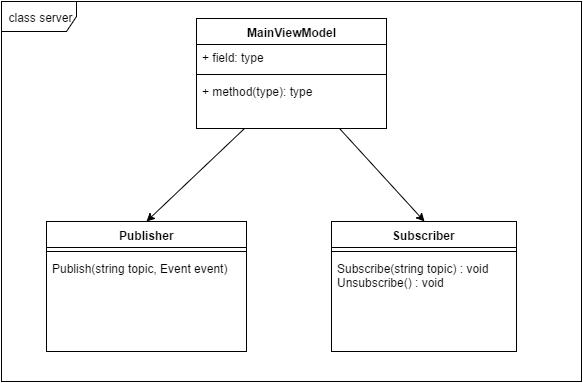
Before: Report/figure/server_class.png, a diagram exported from draw.io (Rotvig/Architecture-and-Design-of-Distributed-Dependable-Systems-TI-ARDI). Source tidied: cells renumbered, new cells last; positions are measured from the earlier drawing's top-left corner, leaving out a move shared by most shapes. Its diagram source:
```xml
<mxGraphModel background="#ffffff">
  <root>
    <mxCell id="0" />
    <mxCell id="1" parent="0" />
    <mxCell id="2" style="rounded=0;html=1;exitX=0.25;exitY=1;entryX=0.5;entryY=0;jettySize=auto;" parent="1" edge="1" source="4" target="11">
      <mxGeometry relative="1" as="geometry" />
    </mxCell>
    <mxCell id="3" style="rounded=0;html=1;exitX=0.75;exitY=1;entryX=0.5;entryY=0;jettySize=auto;" parent="1" edge="1" source="4" target="8">
      <mxGeometry relative="1" as="geometry" />
    </mxCell>
    <mxCell id="4" value="MainViewModel" style="swimlane;html=1;fontStyle=1;align=center;verticalAlign=top;horizontal=1;startSize=26;swimlaneFillColor=#ffffff;" parent="1" vertex="1">
      <mxGeometry x="195" y="17" width="190" height="110" as="geometry" />
    </mxCell>
    <mxCell id="5" value="+ field: type" style="text;html=1;strokeColor=none;fillColor=none;align=left;verticalAlign=top;spacingLeft=4;spacingRight=4;whiteSpace=wrap;overflow=hidden;" parent="4" vertex="1">
      <mxGeometry y="26" width="190" height="26" as="geometry" />
    </mxCell>
    <mxCell id="6" style="line;html=1;strokeWidth=1;fillColor=none;align=left;verticalAlign=middle;spacingTop=-1;spacingLeft=3;spacingRight=3;labelPosition=right;" parent="4" vertex="1">
      <mxGeometry y="52" width="190" height="8" as="geometry" />
    </mxCell>
    <mxCell id="7" value="+ method(type): type" style="text;html=1;strokeColor=none;fillColor=none;align=left;verticalAlign=top;spacingLeft=4;spacingRight=4;whiteSpace=wrap;overflow=hidden;" parent="4" vertex="1">
      <mxGeometry y="60" width="190" height="26" as="geometry" />
    </mxCell>
    <mxCell id="8" value="Subscriber" style="swimlane;html=1;fontStyle=1;align=center;verticalAlign=top;horizontal=1;startSize=26;swimlaneFillColor=#ffffff;" parent="1" vertex="1">
      <mxGeometry x="330" y="220" width="185" height="130" as="geometry" />
    </mxCell>
    <mxCell id="9" style="line;html=1;strokeWidth=1;fillColor=none;align=left;verticalAlign=middle;spacingTop=-1;spacingLeft=3;spacingRight=3;labelPosition=right;" parent="8" vertex="1">
      <mxGeometry y="26" width="185" height="8" as="geometry" />
    </mxCell>
    <mxCell id="10" value="Subscribe(string topic) : void&lt;div&gt;Un&lt;span&gt;subscribe() : void&lt;/span&gt;&lt;/div&gt;&lt;div&gt;&lt;div&gt;&lt;br&gt;&lt;/div&gt;&lt;/div&gt;" style="text;html=1;strokeColor=none;fillColor=none;align=left;verticalAlign=top;spacingLeft=4;spacingRight=4;whiteSpace=wrap;overflow=hidden;" parent="8" vertex="1">
      <mxGeometry y="34" width="185" height="40" as="geometry" />
    </mxCell>
    <mxCell id="11" value="Publisher" style="swimlane;html=1;fontStyle=1;align=center;verticalAlign=top;horizontal=1;startSize=26;swimlaneFillColor=#ffffff;" parent="1" vertex="1">
      <mxGeometry x="45" y="220" width="200" height="130" as="geometry" />
    </mxCell>
    <mxCell id="12" style="line;html=1;strokeWidth=1;fillColor=none;align=left;verticalAlign=middle;spacingTop=-1;spacingLeft=3;spacingRight=3;labelPosition=right;" parent="11" vertex="1">
      <mxGeometry y="26" width="200" height="8" as="geometry" />
    </mxCell>
    <mxCell id="13" value="Publish(string topic, Event event)" style="text;html=1;strokeColor=none;fillColor=none;align=left;verticalAlign=top;spacingLeft=4;spacingRight=4;whiteSpace=wrap;overflow=hidden;" parent="11" vertex="1">
      <mxGeometry y="34" width="200" height="26" as="geometry" />
    </mxCell>
    <mxCell id="14" value="class server" style="shape=umlFrame;whiteSpace=wrap;html=1;width=75;height=30;" parent="1" vertex="1">
      <mxGeometry width="580" height="380" as="geometry" />
    </mxCell>
  </root>
</mxGraphModel>
```
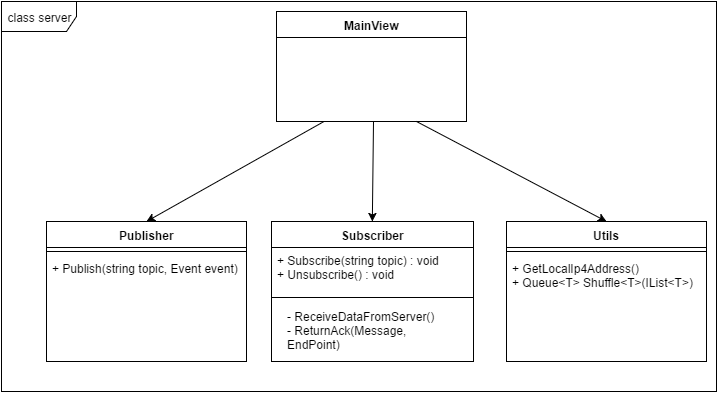
Above is the later version.

Commit message:
class diagram for server and client updated

Diff of the diagram source:
```diff
@@ -5,41 +5,51 @@
     <mxCell id="2" style="rounded=0;html=1;exitX=0.25;exitY=1;entryX=0.5;entryY=0;jettySize=auto;" parent="1" edge="1" source="4" target="11">
       <mxGeometry relative="1" as="geometry" />
     </mxCell>
-    <mxCell id="3" style="rounded=0;html=1;exitX=0.75;exitY=1;entryX=0.5;entryY=0;jettySize=auto;" parent="1" edge="1" source="4" target="8">
-      <mxGeometry relative="1" as="geometry" />
+    <mxCell id="3" style="rounded=0;html=1;entryX=0.5;entryY=0;jettySize=auto;" parent="1" edge="1" target="8">
+      <mxGeometry relative="1" as="geometry">
+        <mxPoint x="295" y="30" as="sourcePoint" />
+      </mxGeometry>
     </mxCell>
-    <mxCell id="4" value="MainViewModel" style="swimlane;html=1;fontStyle=1;align=center;verticalAlign=top;horizontal=1;startSize=26;swimlaneFillColor=#ffffff;" parent="1" vertex="1">
-      <mxGeometry x="195" y="17" width="190" height="110" as="geometry" />
+    <mxCell id="4" value="MainView" style="swimlane;html=1;fontStyle=1;align=center;verticalAlign=top;horizontal=1;startSize=26;swimlaneFillColor=#ffffff;" parent="1" vertex="1">
+      <mxGeometry x="198" y="-80" width="190" height="110" as="geometry" />
     </mxCell>
-    <mxCell id="5" value="+ field: type" style="text;html=1;strokeColor=none;fillColor=none;align=left;verticalAlign=top;spacingLeft=4;spacingRight=4;whiteSpace=wrap;overflow=hidden;" parent="4" vertex="1">
-      <mxGeometry y="26" width="190" height="26" as="geometry" />
-    </mxCell>
-    <mxCell id="6" style="line;html=1;strokeWidth=1;fillColor=none;align=left;verticalAlign=middle;spacingTop=-1;spacingLeft=3;spacingRight=3;labelPosition=right;" parent="4" vertex="1">
-      <mxGeometry y="52" width="190" height="8" as="geometry" />
-    </mxCell>
-    <mxCell id="7" value="+ method(type): type" style="text;html=1;strokeColor=none;fillColor=none;align=left;verticalAlign=top;spacingLeft=4;spacingRight=4;whiteSpace=wrap;overflow=hidden;" parent="4" vertex="1">
-      <mxGeometry y="60" width="190" height="26" as="geometry" />
-    </mxCell>
     <mxCell id="8" value="Subscriber" style="swimlane;html=1;fontStyle=1;align=center;verticalAlign=top;horizontal=1;startSize=26;swimlaneFillColor=#ffffff;" parent="1" vertex="1">
-      <mxGeometry x="330" y="220" width="185" height="130" as="geometry" />
+      <mxGeometry x="193" y="130" width="202" height="140" as="geometry" />
     </mxCell>
+    <mxCell id="10" value="+ Subscribe(string topic) : void&lt;div&gt;+ Un&lt;span&gt;subscribe() : void&lt;/span&gt;&lt;/div&gt;&lt;div&gt;&lt;div&gt;&lt;br&gt;&lt;/div&gt;&lt;/div&gt;" style="text;html=1;strokeColor=none;fillColor=none;align=left;verticalAlign=top;spacingLeft=4;spacingRight=4;whiteSpace=wrap;overflow=hidden;" parent="8" vertex="1">
+      <mxGeometry y="26" width="202" height="46" as="geometry" />
+    </mxCell>
     <mxCell id="9" style="line;html=1;strokeWidth=1;fillColor=none;align=left;verticalAlign=middle;spacingTop=-1;spacingLeft=3;spacingRight=3;labelPosition=right;" parent="8" vertex="1">
-      <mxGeometry y="26" width="185" height="8" as="geometry" />
+      <mxGeometry y="72" width="202" height="8" as="geometry" />
     </mxCell>
-    <mxCell id="10" value="Subscribe(string topic) : void&lt;div&gt;Un&lt;span&gt;subscribe() : void&lt;/span&gt;&lt;/div&gt;&lt;div&gt;&lt;div&gt;&lt;br&gt;&lt;/div&gt;&lt;/div&gt;" style="text;html=1;strokeColor=none;fillColor=none;align=left;verticalAlign=top;spacingLeft=4;spacingRight=4;whiteSpace=wrap;overflow=hidden;" parent="8" vertex="1">
-      <mxGeometry y="34" width="185" height="40" as="geometry" />
-    </mxCell>
     <mxCell id="11" value="Publisher" style="swimlane;html=1;fontStyle=1;align=center;verticalAlign=top;horizontal=1;startSize=26;swimlaneFillColor=#ffffff;" parent="1" vertex="1">
-      <mxGeometry x="45" y="220" width="200" height="130" as="geometry" />
+      <mxGeometry x="-32" y="130" width="200" height="140" as="geometry" />
     </mxCell>
     <mxCell id="12" style="line;html=1;strokeWidth=1;fillColor=none;align=left;verticalAlign=middle;spacingTop=-1;spacingLeft=3;spacingRight=3;labelPosition=right;" parent="11" vertex="1">
       <mxGeometry y="26" width="200" height="8" as="geometry" />
     </mxCell>
-    <mxCell id="13" value="Publish(string topic, Event event)" style="text;html=1;strokeColor=none;fillColor=none;align=left;verticalAlign=top;spacingLeft=4;spacingRight=4;whiteSpace=wrap;overflow=hidden;" parent="11" vertex="1">
+    <mxCell id="13" value="+ Publish(string topic, Event event)" style="text;html=1;strokeColor=none;fillColor=none;align=left;verticalAlign=top;spacingLeft=4;spacingRight=4;whiteSpace=wrap;overflow=hidden;" parent="11" vertex="1">
       <mxGeometry y="34" width="200" height="26" as="geometry" />
     </mxCell>
     <mxCell id="14" value="class server" style="shape=umlFrame;whiteSpace=wrap;html=1;width=75;height=30;" parent="1" vertex="1">
-      <mxGeometry width="580" height="380" as="geometry" />
+      <mxGeometry x="-77" y="-90" width="715" height="390" as="geometry" />
     </mxCell>
+    <mxCell id="15" value="Utils" style="swimlane;html=1;fontStyle=1;align=center;verticalAlign=top;horizontal=1;startSize=26;swimlaneFillColor=#ffffff;" parent="1" vertex="1">
+      <mxGeometry x="428" y="130" width="200" height="140" as="geometry" />
+    </mxCell>
+    <mxCell id="16" style="line;html=1;strokeWidth=1;fillColor=none;align=left;verticalAlign=middle;spacingTop=-1;spacingLeft=3;spacingRight=3;labelPosition=right;" parent="15" vertex="1">
+      <mxGeometry y="26" width="200" height="8" as="geometry" />
+    </mxCell>
+    <mxCell id="17" value="+ GetLocalIp4Address()&lt;div&gt;+ Queue&amp;lt;T&amp;gt; Shuffle&amp;lt;T&amp;gt;(IList&amp;lt;T&amp;gt;)&lt;/div&gt;" style="text;html=1;strokeColor=none;fillColor=none;align=left;verticalAlign=top;spacingLeft=4;spacingRight=4;whiteSpace=wrap;overflow=hidden;" parent="15" vertex="1">
+      <mxGeometry y="34" width="200" height="46" as="geometry" />
+    </mxCell>
+    <mxCell id="18" style="rounded=0;html=1;entryX=0.5;entryY=0;jettySize=auto;" parent="1" edge="1" target="15">
+      <mxGeometry x="400" y="140" as="geometry">
+        <mxPoint x="338" y="30" as="sourcePoint" />
+      </mxGeometry>
+    </mxCell>
+    <mxCell id="19" value="&lt;div&gt;&lt;div&gt;- ReceiveDataFromServer()&lt;/div&gt;&lt;/div&gt;&lt;div&gt;- ReturnAck(Message, EndPoint)&lt;br&gt;&lt;/div&gt;" style="text;html=1;strokeColor=none;fillColor=none;align=left;verticalAlign=top;spacingLeft=4;spacingRight=4;whiteSpace=wrap;overflow=hidden;" parent="1" vertex="1">
+      <mxGeometry x="203" y="212" width="185" height="46" as="geometry" />
+    </mxCell>
   </root>
 </mxGraphModel>
```
